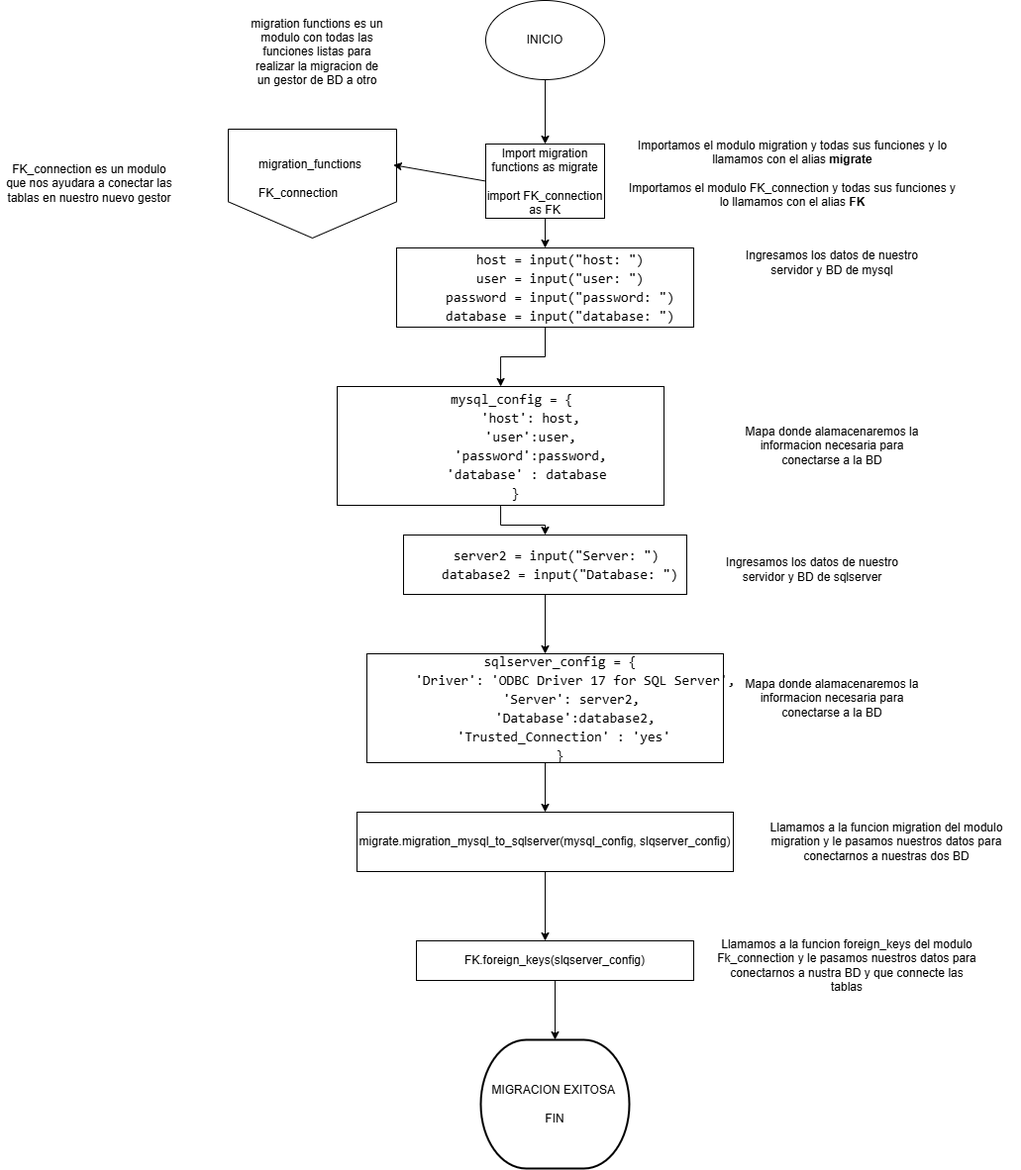
The draw.io diagram Documentación/Diagramas/MIGRATION/Main.drawio.png in AlfredoZC/Coffee-shop, before a commit. Source tidied: cells renumbered, new cells last; positions are measured from the earlier drawing's top-left corner, leaving out a move shared by most shapes.
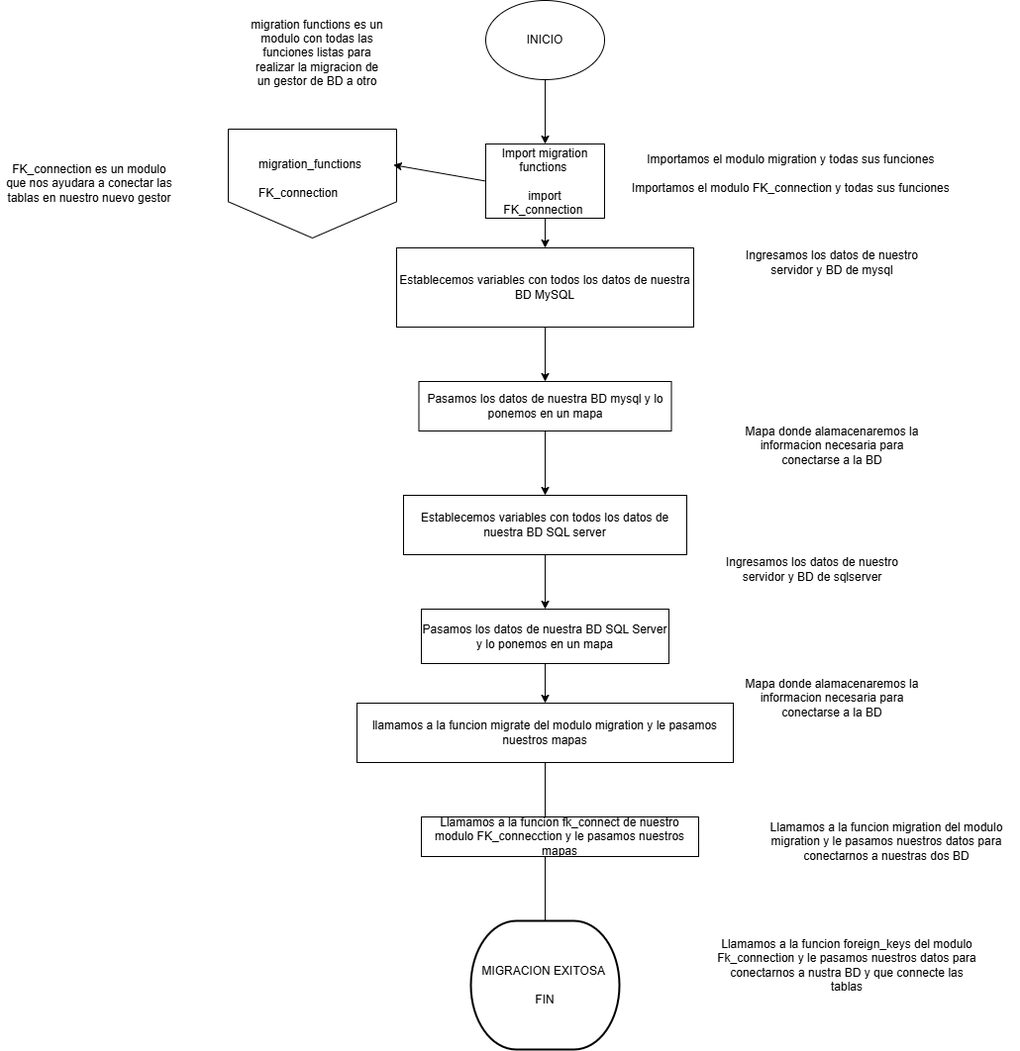
Above is the later version.

What changed in the source:
```diff
@@ -14,7 +14,7 @@
     <mxCell id="5" style="edgeStyle=orthogonalEdgeStyle;rounded=0;jettySize=auto;html=1;" parent="1" edge="1" source="6" target="14">
       <mxGeometry relative="1" as="geometry" />
     </mxCell>
-    <mxCell id="6" value="Import migration functions as migrate&lt;div&gt;&lt;br&gt;&lt;/div&gt;&lt;div&gt;import FK_connection as FK&lt;/div&gt;" style="rounded=0;whiteSpace=wrap;html=1;" parent="1" vertex="1">
+    <mxCell id="6" value="Import migration functions&amp;nbsp;&lt;div&gt;&lt;br&gt;&lt;/div&gt;&lt;div&gt;import FK_connection&amp;nbsp;&lt;/div&gt;" style="rounded=0;whiteSpace=wrap;html=1;" parent="1" vertex="1">
       <mxGeometry x="490" y="145" width="120" height="75" as="geometry" />
     </mxCell>
     <mxCell id="7" style="edgeStyle=orthogonalEdgeStyle;rounded=0;jettySize=auto;html=1;" parent="1" edge="1" source="8" target="6">
@@ -32,26 +32,26 @@
     <mxCell id="11" style="edgeStyle=orthogonalEdgeStyle;rounded=0;jettySize=auto;html=1;" parent="1" edge="1" source="12" target="16">
       <mxGeometry relative="1" as="geometry" />
     </mxCell>
-    <mxCell id="12" value="&lt;br&gt;&lt;div style=&quot;font-family: Consolas, &amp;quot;Courier New&amp;quot;, monospace; font-weight: normal; font-size: 14px; line-height: 19px; white-space: pre;&quot;&gt;&lt;div&gt;&lt;span style=&quot;&quot;&gt;&amp;nbsp; &amp;nbsp; &lt;/span&gt;&lt;span style=&quot;&quot;&gt;mysql_config&lt;/span&gt;&lt;span style=&quot;&quot;&gt; &lt;/span&gt;&lt;span style=&quot;&quot;&gt;=&lt;/span&gt;&lt;span style=&quot;&quot;&gt; { &lt;/span&gt;&lt;/div&gt;&lt;div&gt;&lt;span style=&quot;&quot;&gt;&amp;nbsp; &amp;nbsp; &amp;nbsp; &amp;nbsp; &lt;/span&gt;&lt;span style=&quot;&quot;&gt;'host'&lt;/span&gt;&lt;span style=&quot;&quot;&gt;: &lt;/span&gt;&lt;span style=&quot;&quot;&gt;host&lt;/span&gt;&lt;span style=&quot;&quot;&gt;,&lt;/span&gt;&lt;/div&gt;&lt;div&gt;&lt;span style=&quot;&quot;&gt;&amp;nbsp; &amp;nbsp; &amp;nbsp; &amp;nbsp; &lt;/span&gt;&lt;span style=&quot;&quot;&gt;'user'&lt;/span&gt;&lt;span style=&quot;&quot;&gt;:&lt;/span&gt;&lt;span style=&quot;&quot;&gt;user&lt;/span&gt;&lt;span style=&quot;&quot;&gt;,&lt;/span&gt;&lt;/div&gt;&lt;div&gt;&lt;span style=&quot;&quot;&gt;&amp;nbsp; &amp;nbsp; &amp;nbsp; &amp;nbsp; &lt;/span&gt;&lt;span style=&quot;&quot;&gt;'password'&lt;/span&gt;&lt;span style=&quot;&quot;&gt;:&lt;/span&gt;&lt;span style=&quot;&quot;&gt;password&lt;/span&gt;&lt;span style=&quot;&quot;&gt;,&lt;/span&gt;&lt;/div&gt;&lt;div&gt;&lt;span style=&quot;&quot;&gt;&amp;nbsp; &amp;nbsp; &amp;nbsp; &amp;nbsp; &lt;/span&gt;&lt;span style=&quot;&quot;&gt;'database'&lt;/span&gt;&lt;span style=&quot;&quot;&gt; : &lt;/span&gt;&lt;span style=&quot;&quot;&gt;database&lt;/span&gt;&lt;span style=&quot;&quot;&gt; &lt;/span&gt;&lt;/div&gt;&lt;div&gt;&lt;span style=&quot;&quot;&gt;&amp;nbsp; &amp;nbsp; }&lt;/span&gt;&lt;/div&gt;&lt;/div&gt;&lt;div&gt;&lt;br&gt;&lt;/div&gt;" style="rounded=0;whiteSpace=wrap;html=1;fontColor=default;" parent="1" vertex="1">
-      <mxGeometry x="340" y="390" width="330" height="120" as="geometry" />
+    <mxCell id="12" value="&lt;div&gt;Pasamos los datos de nuestra BD mysql y lo ponemos en un mapa&lt;/div&gt;" style="rounded=0;whiteSpace=wrap;html=1;fontColor=default;" parent="1" vertex="1">
+      <mxGeometry x="422.5" y="385" width="255" height="50" as="geometry" />
     </mxCell>
     <mxCell id="13" style="edgeStyle=orthogonalEdgeStyle;rounded=0;jettySize=auto;html=1;" parent="1" edge="1" source="14" target="12">
       <mxGeometry relative="1" as="geometry" />
     </mxCell>
-    <mxCell id="14" value="&lt;br&gt;&lt;div style=&quot;font-family: Consolas, &amp;quot;Courier New&amp;quot;, monospace; font-weight: normal; font-size: 14px; line-height: 19px; white-space: pre;&quot;&gt;&lt;div&gt;&amp;nbsp; &amp;nbsp; host = input(&quot;host: &quot;)&lt;/div&gt;&lt;div&gt;&amp;nbsp; &amp;nbsp; user = input(&quot;user: &quot;)&lt;/div&gt;&lt;div&gt;&amp;nbsp; &amp;nbsp; password = input(&quot;password: &quot;)&lt;/div&gt;&lt;div&gt;&amp;nbsp; &amp;nbsp; database = input(&quot;database: &quot;)&lt;/div&gt;&lt;/div&gt;&lt;div&gt;&lt;br/&gt;&lt;/div&gt;" style="rounded=0;whiteSpace=wrap;html=1;" parent="1" vertex="1">
+    <mxCell id="14" value="Establecemos variables con todos los datos de nuestra BD MySQL" style="rounded=0;whiteSpace=wrap;html=1;" parent="1" vertex="1">
       <mxGeometry x="400" y="250" width="300" height="80" as="geometry" />
     </mxCell>
     <mxCell id="15" style="edgeStyle=orthogonalEdgeStyle;rounded=0;jettySize=auto;html=1;" parent="1" edge="1" source="16" target="18">
       <mxGeometry relative="1" as="geometry" />
     </mxCell>
-    <mxCell id="16" value="&lt;br&gt;&lt;div style=&quot;font-family: Consolas, &amp;quot;Courier New&amp;quot;, monospace; font-weight: normal; font-size: 14px; line-height: 19px; white-space: pre;&quot;&gt;&lt;div&gt;&amp;nbsp; &amp;nbsp; server2 = input(&quot;Server: &quot;) &lt;/div&gt;&lt;div&gt;&amp;nbsp; &amp;nbsp; database2 = input(&quot;Database: &quot;)&lt;/div&gt;&lt;/div&gt;&lt;div&gt;&lt;br/&gt;&lt;/div&gt;" style="rounded=0;whiteSpace=wrap;html=1;" parent="1" vertex="1">
-      <mxGeometry x="407" y="540" width="286" height="60" as="geometry" />
+    <mxCell id="16" value="&lt;div&gt;Establecemos variables con todos los datos de nuestra BD SQL server&lt;/div&gt;" style="rounded=0;whiteSpace=wrap;html=1;" parent="1" vertex="1">
+      <mxGeometry x="407" y="500" width="286" height="60" as="geometry" />
     </mxCell>
     <mxCell id="17" style="edgeStyle=orthogonalEdgeStyle;rounded=0;jettySize=auto;html=1;" parent="1" edge="1" source="18" target="24">
       <mxGeometry relative="1" as="geometry" />
     </mxCell>
-    <mxCell id="18" value="&lt;br&gt;&lt;div style=&quot;font-family: Consolas, &amp;quot;Courier New&amp;quot;, monospace; font-weight: normal; font-size: 14px; line-height: 19px; white-space: pre;&quot;&gt;&lt;div&gt;&amp;nbsp; &amp;nbsp; sqlserver_config = {&lt;/div&gt;&lt;div&gt;&amp;nbsp; &amp;nbsp; &amp;nbsp; &amp;nbsp; 'Driver': 'ODBC Driver 17 for SQL Server',&lt;/div&gt;&lt;div&gt;&amp;nbsp; &amp;nbsp; &amp;nbsp; &amp;nbsp; 'Server': server2, &lt;/div&gt;&lt;div&gt;&amp;nbsp; &amp;nbsp; &amp;nbsp; &amp;nbsp; 'Database':database2,&lt;/div&gt;&lt;div&gt;&amp;nbsp; &amp;nbsp; &amp;nbsp; &amp;nbsp; 'Trusted_Connection' : 'yes' &amp;nbsp; &lt;/div&gt;&lt;div&gt;&amp;nbsp; &amp;nbsp; }&lt;/div&gt;&lt;/div&gt;&lt;div&gt;&lt;br&gt;&lt;/div&gt;" style="rounded=0;whiteSpace=wrap;html=1;" parent="1" vertex="1">
-      <mxGeometry x="370" y="660" width="360" height="110" as="geometry" />
+    <mxCell id="18" value="Pasamos los datos de nuestra BD SQL Server y lo ponemos en un mapa" style="rounded=0;whiteSpace=wrap;html=1;" parent="1" vertex="1">
+      <mxGeometry x="425" y="615" width="250" height="55" as="geometry" />
     </mxCell>
     <mxCell id="19" value="Ingresamos los datos de nuestro servidor y BD de mysql" style="text;html=1;align=center;verticalAlign=middle;whiteSpace=wrap;rounded=0;" parent="1" vertex="1">
       <mxGeometry x="750" y="250" width="180" height="30" as="geometry" />
@@ -65,11 +65,11 @@
     <mxCell id="22" value="Mapa donde alamacenaremos la informacion necesaria para conectarse a la BD" style="text;html=1;align=center;verticalAlign=middle;whiteSpace=wrap;rounded=0;" parent="1" vertex="1">
       <mxGeometry x="750" y="690" width="180" height="30" as="geometry" />
     </mxCell>
-    <mxCell id="23" value="Importamos el modulo migration y todas sus funciones y lo llamamos con el alias &lt;b&gt;migrate&lt;/b&gt;&lt;div&gt;&lt;b&gt;&lt;br&gt;&lt;/b&gt;&lt;/div&gt;&lt;div&gt;Importamos el modulo FK_connection y todas sus funciones y lo llamamos con el alias&amp;nbsp;&lt;b&gt;FK&lt;/b&gt;&lt;b&gt;&lt;/b&gt;&lt;/div&gt;" style="text;html=1;align=center;verticalAlign=middle;whiteSpace=wrap;rounded=0;strokeColor=#FFFFFF;" parent="1" vertex="1">
+    <mxCell id="23" value="Importamos el modulo migration y todas sus funciones&amp;nbsp;&lt;div&gt;&lt;b&gt;&lt;br&gt;&lt;/b&gt;&lt;/div&gt;&lt;div&gt;Importamos el modulo FK_connection y todas sus funciones&amp;nbsp;&lt;/div&gt;" style="text;html=1;align=center;verticalAlign=middle;whiteSpace=wrap;rounded=0;strokeColor=#FFFFFF;" parent="1" vertex="1">
       <mxGeometry x="630" y="150" width="340" height="50" as="geometry" />
     </mxCell>
-    <mxCell id="24" value="migrate.migration_mysql_to_sqlserver(mysql_config, slqserver_config)" style="rounded=0;whiteSpace=wrap;html=1;" parent="1" vertex="1">
-      <mxGeometry x="360" y="820" width="380" height="60" as="geometry" />
+    <mxCell id="24" value="llamamos a la funcion migrate del modulo migration y le pasamos nuestros mapas" style="rounded=0;whiteSpace=wrap;html=1;" parent="1" vertex="1">
+      <mxGeometry x="360" y="710" width="380" height="60" as="geometry" />
     </mxCell>
     <mxCell id="25" value="Llamamos a la funcion migration del modulo migration y le pasamos nuestros datos para conectarnos a nuestras dos BD" style="text;html=1;align=center;verticalAlign=middle;whiteSpace=wrap;rounded=0;" parent="1" vertex="1">
       <mxGeometry x="760" y="835" width="270" height="30" as="geometry" />
@@ -80,16 +80,13 @@
       </mxGeometry>
     </mxCell>
     <mxCell id="27" value="MIGRACION EXITOSA&amp;nbsp;&lt;br&gt;&lt;br&gt;FIN" style="strokeWidth=2;html=1;shape=mxgraph.flowchart.terminator;whiteSpace=wrap;" parent="1" vertex="1">
-      <mxGeometry x="485" y="1050" width="150" height="130" as="geometry" />
+      <mxGeometry x="475" y="930" width="150" height="130" as="geometry" />
     </mxCell>
     <mxCell id="28" value="FK_connection es un modulo que nos ayudara a conectar las tablas en nuestro nuevo gestor" style="text;html=1;align=center;verticalAlign=middle;whiteSpace=wrap;rounded=0;" parent="1" vertex="1">
       <mxGeometry y="170" width="180" height="30" as="geometry" />
     </mxCell>
-    <mxCell id="29" style="edgeStyle=orthogonalEdgeStyle;rounded=0;jettySize=auto;html=1;" parent="1" edge="1" source="30" target="27">
-      <mxGeometry relative="1" as="geometry" />
-    </mxCell>
-    <mxCell id="30" value="FK.foreign_keys(slqserver_config)" style="rounded=0;whiteSpace=wrap;html=1;" parent="1" vertex="1">
-      <mxGeometry x="420" y="950" width="280" height="40" as="geometry" />
+    <mxCell id="30" value="Llamamos a la funcion fk_connect de nuestro modulo FK_connecction y le pasamos nuestros mapas" style="rounded=0;whiteSpace=wrap;html=1;" parent="1" vertex="1">
+      <mxGeometry x="425" y="825" width="280" height="40" as="geometry" />
     </mxCell>
     <mxCell id="31" value="Llamamos a la funcion foreign_keys del modulo Fk_connection y le pasamos nuestros datos para conectarnos a nustra BD y que connecte las tablas" style="text;html=1;align=center;verticalAlign=middle;whiteSpace=wrap;rounded=0;" parent="1" vertex="1">
       <mxGeometry x="720" y="960" width="270" height="30" as="geometry" />
```
